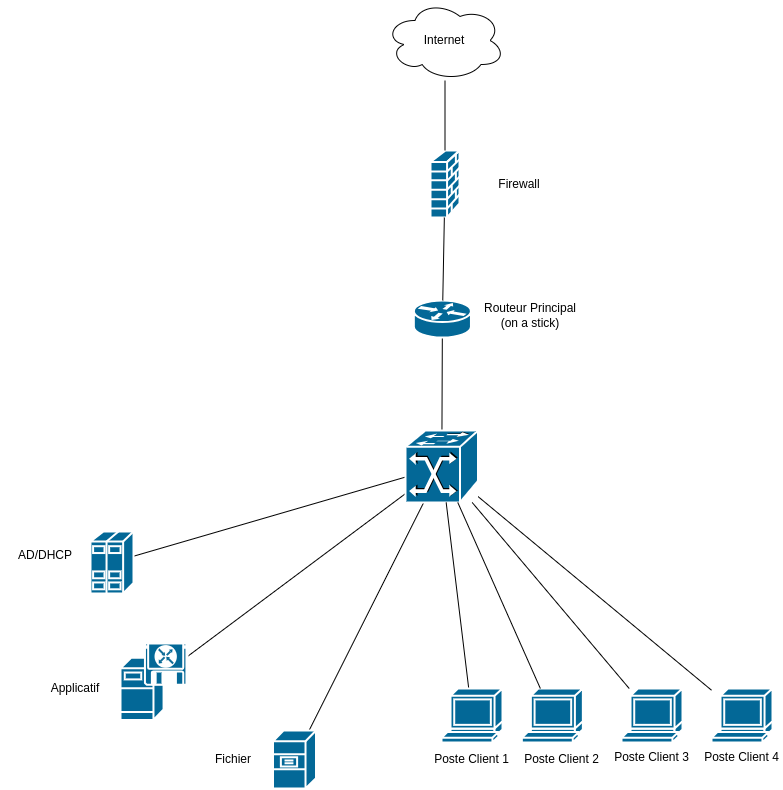
This is images/Schémainfra.png from ZeyKii/Projet-Infra-B2, a draw.io export, as it was before one commit. Source tidied: cells renumbered, new cells last; positions are measured from the earlier drawing's top-left corner, leaving out a move shared by most shapes.
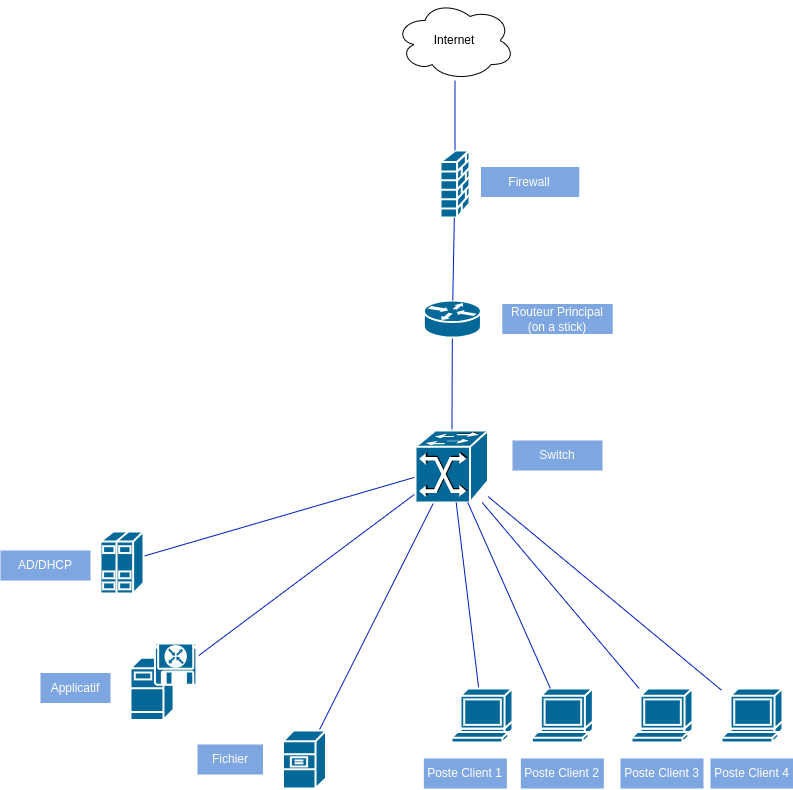
Later version of the same file.

The edit, as a diff of the source:
```diff
@@ -2,9 +2,6 @@
   <root>
     <mxCell id="0" />
     <mxCell id="1" parent="0" />
-    <mxCell id="2" value="AD/DHCP" style="text;html=1;align=center;verticalAlign=middle;whiteSpace=wrap;rounded=0;" parent="1" vertex="1">
-      <mxGeometry y="540" width="90" height="30" as="geometry" />
-    </mxCell>
     <mxCell id="3" value="Fichier" style="text;html=1;align=center;verticalAlign=middle;whiteSpace=wrap;rounded=0;" parent="1" vertex="1">
       <mxGeometry x="200" y="744" width="65.5" height="30" as="geometry" />
     </mxCell>
@@ -14,16 +11,16 @@
     <mxCell id="5" value="Firewall" style="text;html=1;align=center;verticalAlign=middle;whiteSpace=wrap;rounded=0;" parent="1" vertex="1">
       <mxGeometry x="470.4" y="168.5" width="98.3" height="30" as="geometry" />
     </mxCell>
-    <mxCell id="6" style="endArrow=none;html=1;rounded=0;" parent="1" edge="1" source="13" target="11">
+    <mxCell id="6" style="endArrow=none;html=1;rounded=0;fillColor=#0050ef;strokeColor=#001DBC;" parent="1" edge="1" source="13" target="11">
       <mxGeometry relative="1" as="geometry" />
     </mxCell>
-    <mxCell id="7" style="endArrow=none;html=1;rounded=0;" parent="1" edge="1" source="14" target="11">
+    <mxCell id="7" style="endArrow=none;html=1;rounded=0;fillColor=#0050ef;strokeColor=#001DBC;" parent="1" edge="1" source="14" target="11">
       <mxGeometry relative="1" as="geometry" />
     </mxCell>
-    <mxCell id="8" style="endArrow=none;html=1;rounded=0;" parent="1" edge="1" source="12" target="11">
+    <mxCell id="8" style="endArrow=none;html=1;rounded=0;fillColor=#0050ef;strokeColor=#001DBC;" parent="1" edge="1" source="12" target="11">
       <mxGeometry relative="1" as="geometry" />
     </mxCell>
-    <mxCell id="9" style="endArrow=none;html=1;rounded=0;" parent="1" edge="1" source="11" target="10">
+    <mxCell id="9" style="endArrow=none;html=1;rounded=0;fillColor=#0050ef;strokeColor=#001DBC;" parent="1" edge="1" source="11" target="10">
       <mxGeometry relative="1" as="geometry" />
     </mxCell>
     <mxCell id="10" style="shape=mxgraph.cisco.routers.router;sketch=0;html=1;dashed=0;fillColor=#036897;strokeColor=#ffffff;strokeWidth=2;verticalLabelPosition=bottom;verticalAlign=top;align=center;outlineConnect=0;" parent="1" vertex="1">
@@ -44,25 +41,22 @@
     <mxCell id="15" style="shape=mxgraph.cisco.security.firewall;sketch=0;html=1;dashed=0;fillColor=#036897;strokeColor=#ffffff;strokeWidth=2;verticalLabelPosition=bottom;verticalAlign=top;align=center;outlineConnect=0;" parent="1" vertex="1">
       <mxGeometry x="430" y="150" width="29" height="67" as="geometry" />
     </mxCell>
-    <mxCell id="16" style="endArrow=none;html=1;rounded=0;" parent="1" edge="1" source="10" target="15">
+    <mxCell id="16" style="endArrow=none;html=1;rounded=0;fillColor=#0050ef;strokeColor=#001DBC;" parent="1" edge="1" source="10" target="15">
       <mxGeometry relative="1" as="geometry" />
     </mxCell>
-    <mxCell id="17" value="Routeur Principal (on a stick)" style="text;html=1;align=center;verticalAlign=middle;whiteSpace=wrap;rounded=0;" parent="1" vertex="1">
-      <mxGeometry x="474.6" y="300" width="110.5" height="30" as="geometry" />
-    </mxCell>
     <mxCell id="18" style="ellipse;shape=cloud;whiteSpace=wrap;html=1;" parent="1" vertex="1">
       <mxGeometry x="384.5" width="120" height="80" as="geometry" />
     </mxCell>
     <mxCell id="19" value="Internet" style="text;html=1;align=center;verticalAlign=middle;whiteSpace=wrap;rounded=0;" parent="1" vertex="1">
       <mxGeometry x="395.4" y="25" width="98.3" height="30" as="geometry" />
     </mxCell>
-    <mxCell id="20" style="endArrow=none;html=1;rounded=0;labelBackgroundColor=#FFFFFF;" parent="1" edge="1" source="15" target="18">
+    <mxCell id="20" style="endArrow=none;html=1;rounded=0;labelBackgroundColor=#FFFFFF;fillColor=#0050ef;strokeColor=#001DBC;" parent="1" edge="1" source="15" target="18">
       <mxGeometry relative="1" as="geometry" />
     </mxCell>
-    <mxCell id="21" style="endArrow=none;html=1;rounded=0;" parent="1" edge="1" source="23" target="11">
+    <mxCell id="21" style="endArrow=none;html=1;rounded=0;fillColor=#0050ef;strokeColor=#001DBC;" parent="1" edge="1" source="23" target="11">
       <mxGeometry relative="1" as="geometry" />
     </mxCell>
-    <mxCell id="22" style="endArrow=none;html=1;rounded=0;" parent="1" edge="1" source="24" target="11">
+    <mxCell id="22" style="endArrow=none;html=1;rounded=0;fillColor=#0050ef;strokeColor=#001DBC;" parent="1" edge="1" source="24" target="11">
       <mxGeometry relative="1" as="geometry" />
     </mxCell>
     <mxCell id="23" style="shape=mxgraph.cisco.computers_and_peripherals.terminal;sketch=0;html=1;dashed=0;fillColor=#036897;strokeColor=#ffffff;strokeWidth=2;verticalLabelPosition=bottom;verticalAlign=top;align=center;outlineConnect=0;" parent="1" vertex="1">
@@ -71,29 +65,50 @@
     <mxCell id="24" style="shape=mxgraph.cisco.computers_and_peripherals.terminal;sketch=0;html=1;dashed=0;fillColor=#036897;strokeColor=#ffffff;strokeWidth=2;verticalLabelPosition=bottom;verticalAlign=top;align=center;outlineConnect=0;" parent="1" vertex="1">
       <mxGeometry x="711" y="688" width="61" height="54" as="geometry" />
     </mxCell>
-    <mxCell id="25" value="Poste Client 1" style="text;html=1;align=center;verticalAlign=middle;whiteSpace=wrap;rounded=0;" parent="1" vertex="1">
-      <mxGeometry x="430" y="744" width="83" height="30" as="geometry" />
-    </mxCell>
-    <mxCell id="26" value="Poste Client 4" style="text;html=1;align=center;verticalAlign=middle;whiteSpace=wrap;rounded=0;" parent="1" vertex="1">
-      <mxGeometry x="700" y="742" width="83" height="30" as="geometry" />
+    <mxCell id="26" value="Poste Client 4" style="text;html=1;align=center;verticalAlign=middle;whiteSpace=wrap;rounded=0;fillColor=#7EA6E0;fontColor=#ffffff;strokeColor=none;gradientColor=none;" parent="1" vertex="1">
+      <mxGeometry x="700" y="758" width="83" height="30" as="geometry" />
     </mxCell>
     <mxCell id="27" style="shape=mxgraph.cisco.computers_and_peripherals.terminal;sketch=0;html=1;dashed=0;fillColor=#036897;strokeColor=#ffffff;strokeWidth=2;verticalLabelPosition=bottom;verticalAlign=top;align=center;outlineConnect=0;" parent="1" vertex="1">
       <mxGeometry x="521.4" y="688" width="61" height="54" as="geometry" />
     </mxCell>
-    <mxCell id="28" style="endArrow=none;html=1;rounded=0;" parent="1" edge="1" source="27" target="11">
+    <mxCell id="28" style="endArrow=none;html=1;rounded=0;fillColor=#0050ef;strokeColor=#001DBC;" parent="1" edge="1" source="27" target="11">
       <mxGeometry relative="1" as="geometry" />
     </mxCell>
-    <mxCell id="29" value="Poste Client 2" style="text;html=1;align=center;verticalAlign=middle;whiteSpace=wrap;rounded=0;" parent="1" vertex="1">
-      <mxGeometry x="520" y="744" width="83" height="30" as="geometry" />
-    </mxCell>
-    <mxCell id="30" style="endArrow=none;html=1;rounded=0;" parent="1" edge="1" source="31" target="11">
+    <mxCell id="30" style="endArrow=none;html=1;rounded=0;fillColor=#0050ef;strokeColor=#001DBC;" parent="1" edge="1" source="31" target="11">
       <mxGeometry relative="1" as="geometry" />
     </mxCell>
     <mxCell id="31" style="shape=mxgraph.cisco.computers_and_peripherals.terminal;sketch=0;html=1;dashed=0;fillColor=#036897;strokeColor=#ffffff;strokeWidth=2;verticalLabelPosition=bottom;verticalAlign=top;align=center;outlineConnect=0;" parent="1" vertex="1">
       <mxGeometry x="621" y="688" width="61" height="54" as="geometry" />
     </mxCell>
-    <mxCell id="32" value="Poste Client 3" style="text;html=1;align=center;verticalAlign=middle;whiteSpace=wrap;rounded=0;" parent="1" vertex="1">
-      <mxGeometry x="610" y="742" width="83" height="30" as="geometry" />
+    <mxCell id="32" value="Poste Client 3" style="text;html=1;align=center;verticalAlign=middle;whiteSpace=wrap;rounded=0;fillColor=#7EA6E0;fontColor=#ffffff;strokeColor=none;gradientColor=none;" parent="1" vertex="1">
+      <mxGeometry x="610" y="758" width="83" height="30" as="geometry" />
     </mxCell>
+    <mxCell id="33" value="Switch" style="text;html=1;align=center;verticalAlign=middle;whiteSpace=wrap;rounded=0;" parent="1" vertex="1">
+      <mxGeometry x="474.6" y="440" width="90" height="30" as="geometry" />
+    </mxCell>
+    <mxCell id="34" value="Firewall" style="text;html=1;align=center;verticalAlign=middle;whiteSpace=wrap;rounded=0;fillColor=#7EA6E0;fontColor=#ffffff;strokeColor=none;gradientColor=none;" parent="1" vertex="1">
+      <mxGeometry x="470.4" y="166.5" width="98.3" height="30" as="geometry" />
+    </mxCell>
+    <mxCell id="17" value="Routeur Principal (on a stick)" style="text;html=1;align=center;verticalAlign=middle;whiteSpace=wrap;rounded=0;fillColor=#7EA6E0;fontColor=#ffffff;strokeColor=none;gradientColor=none;" parent="1" vertex="1">
+      <mxGeometry x="491.8" y="303.5" width="110.5" height="30" as="geometry" />
+    </mxCell>
+    <mxCell id="35" value="Switch" style="text;html=1;align=center;verticalAlign=middle;whiteSpace=wrap;rounded=0;fillColor=#7EA6E0;fontColor=#ffffff;strokeColor=none;gradientColor=none;" parent="1" vertex="1">
+      <mxGeometry x="502" y="440" width="90" height="30" as="geometry" />
+    </mxCell>
+    <mxCell id="36" value="Fichier" style="text;html=1;align=center;verticalAlign=middle;whiteSpace=wrap;rounded=0;fillColor=#7EA6E0;fontColor=#ffffff;strokeColor=none;gradientColor=none;" parent="1" vertex="1">
+      <mxGeometry x="187" y="744" width="65.5" height="30" as="geometry" />
+    </mxCell>
+    <mxCell id="37" value="Applicatif" style="text;html=1;align=center;verticalAlign=middle;whiteSpace=wrap;rounded=0;fillColor=#7EA6E0;fontColor=#ffffff;strokeColor=none;gradientColor=none;" parent="1" vertex="1">
+      <mxGeometry x="30" y="672.5" width="70" height="30" as="geometry" />
+    </mxCell>
+    <mxCell id="2" value="AD/DHCP" style="text;html=1;align=center;verticalAlign=middle;whiteSpace=wrap;rounded=0;fillColor=#7EA6E0;fontColor=#ffffff;strokeColor=none;gradientColor=none;" parent="1" vertex="1">
+      <mxGeometry x="-10" y="550" width="90" height="30" as="geometry" />
+    </mxCell>
+    <mxCell id="25" value="Poste Client 1" style="text;html=1;align=center;verticalAlign=middle;whiteSpace=wrap;rounded=0;fillColor=#7EA6E0;fontColor=#ffffff;strokeColor=none;gradientColor=none;" parent="1" vertex="1">
+      <mxGeometry x="413.4" y="758" width="83" height="30" as="geometry" />
+    </mxCell>
+    <mxCell id="29" value="Poste Client 2" style="text;html=1;align=center;verticalAlign=middle;whiteSpace=wrap;rounded=0;fillColor=#7EA6E0;fontColor=#ffffff;strokeColor=none;gradientColor=none;" parent="1" vertex="1">
+      <mxGeometry x="510.4" y="758" width="83" height="30" as="geometry" />
+    </mxCell>
   </root>
 </mxGraphModel>
```
